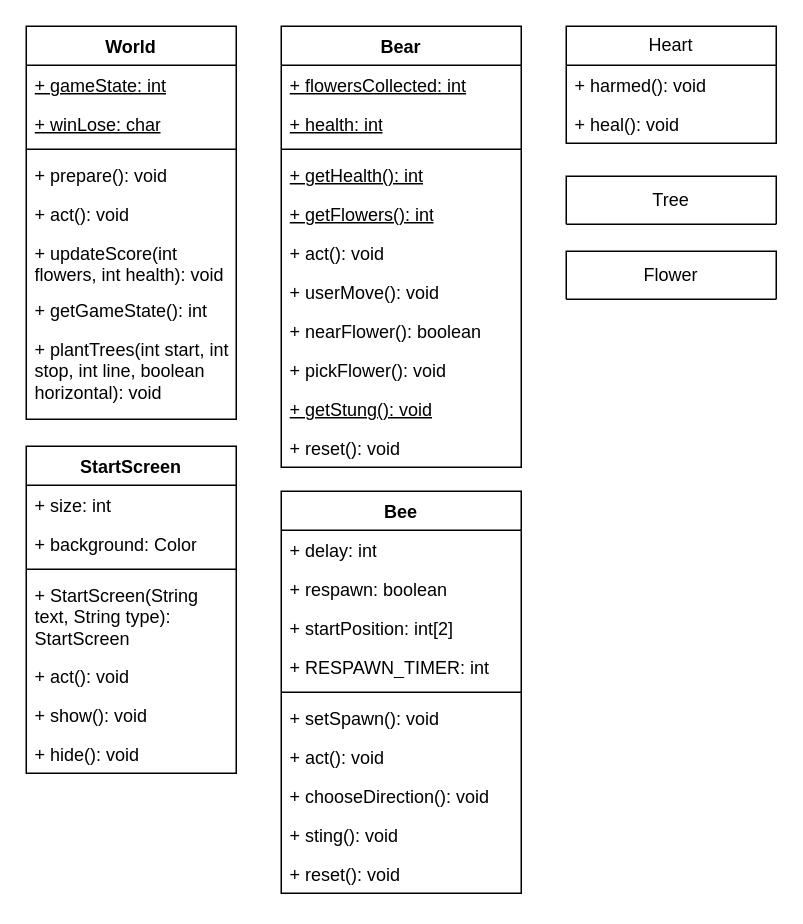
Before: Bear-Quet UML.drawio in SFens4984/CSC170, a draw.io diagram. Source tidied: cells renumbered, new cells numbered last; positions are measured from the earlier drawing's top-left corner, leaving out a move shared by most shapes. Both pictures are drawn from the tidied source at 150%, with x=0, y=0 at pixel (26, 26).
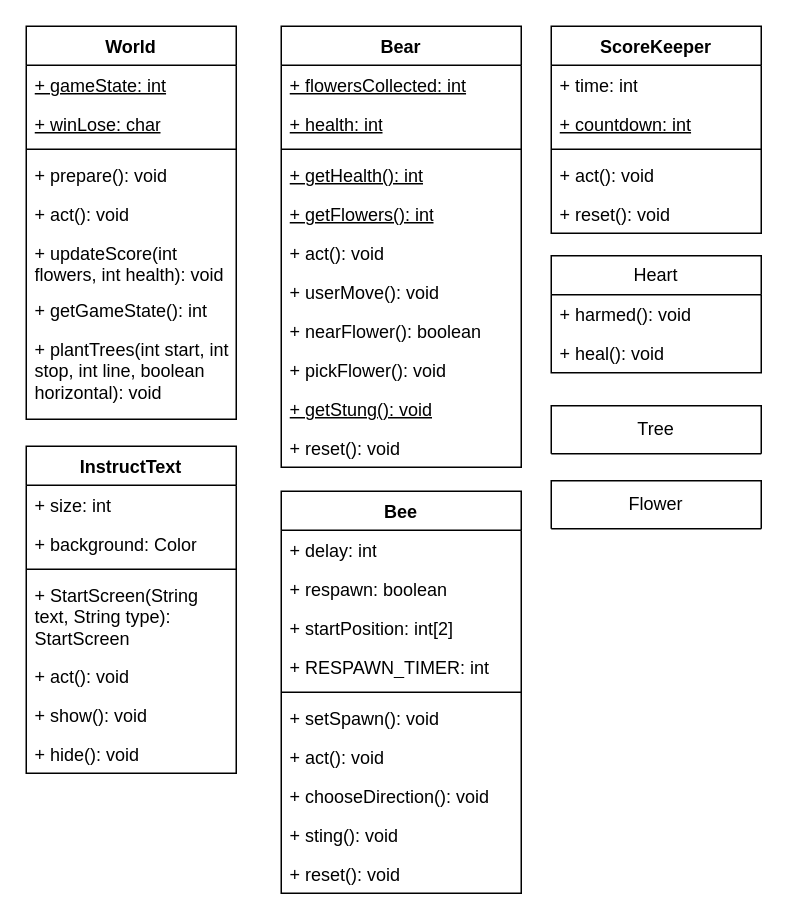
After the change.

The edit, as a diff of the source:
```diff
@@
     <mxCell id="2" value="Flower" style="swimlane;fontStyle=0;horizontal=1;startSize=52;fillColor=none;whiteSpace=wrap;html=1;" parent="1" vertex="1">
-      <mxGeometry x="360" y="150" width="140" height="32" as="geometry" />
+      <mxGeometry x="350" y="303" width="140" height="32" as="geometry" />
     </mxCell>
     <mxCell id="3" value="Heart" style="swimlane;fontStyle=0;horizontal=1;startSize=26;fillColor=none;whiteSpace=wrap;html=1;" parent="1" vertex="1">
-      <mxGeometry x="360" width="140" height="78" as="geometry" />
+      <mxGeometry x="350" y="153" width="140" height="78" as="geometry" />
     </mxCell>
@@
     <mxCell id="38" value="Tree" style="swimlane;fontStyle=0;horizontal=1;startSize=52;fillColor=none;whiteSpace=wrap;html=1;" parent="1" vertex="1">
-      <mxGeometry x="360" y="100" width="140" height="32" as="geometry" />
+      <mxGeometry x="350" y="253" width="140" height="32" as="geometry" />
     </mxCell>
-    <mxCell id="39" value="StartScreen" style="swimlane;fontStyle=1;align=center;verticalAlign=top;horizontal=1;startSize=26;whiteSpace=wrap;html=1;" parent="1" vertex="1">
+    <mxCell id="39" value="InstructText" style="swimlane;fontStyle=1;align=center;verticalAlign=top;horizontal=1;startSize=26;whiteSpace=wrap;html=1;" parent="1" vertex="1">
       <mxGeometry y="280" width="140" height="218" as="geometry" />
     </mxCell>
@@
+    <mxCell id="47" value="ScoreKeeper" style="swimlane;fontStyle=1;align=center;verticalAlign=top;horizontal=1;startSize=26;whiteSpace=wrap;html=1;" parent="1" vertex="1">
+      <mxGeometry x="350" width="140" height="138" as="geometry" />
+    </mxCell>
+    <mxCell id="48" value="+ time: int" style="text;strokeColor=none;fillColor=none;align=left;verticalAlign=top;spacingLeft=4;spacingRight=4;overflow=hidden;whiteSpace=wrap;html=1;" parent="47" vertex="1">
+      <mxGeometry y="26" width="140" height="26" as="geometry" />
+    </mxCell>
+    <mxCell id="49" value="+ countdown: int" style="text;strokeColor=none;fillColor=none;align=left;verticalAlign=top;spacingLeft=4;spacingRight=4;overflow=hidden;whiteSpace=wrap;html=1;fontStyle=4;" parent="47" vertex="1">
+      <mxGeometry y="52" width="140" height="26" as="geometry" />
+    </mxCell>
+    <mxCell id="50" style="line;strokeWidth=1;fillColor=none;align=left;verticalAlign=middle;spacingTop=-1;spacingLeft=3;spacingRight=3;labelPosition=right;strokeColor=inherit;" parent="47" vertex="1">
+      <mxGeometry y="78" width="140" height="8" as="geometry" />
+    </mxCell>
+    <mxCell id="51" value="+ act(): void" style="text;strokeColor=none;fillColor=none;align=left;verticalAlign=top;spacingLeft=4;spacingRight=4;overflow=hidden;whiteSpace=wrap;html=1;" parent="47" vertex="1">
+      <mxGeometry y="86" width="140" height="26" as="geometry" />
+    </mxCell>
+    <mxCell id="52" value="+ reset(): void" style="text;strokeColor=none;fillColor=none;align=left;verticalAlign=top;spacingLeft=4;spacingRight=4;overflow=hidden;whiteSpace=wrap;html=1;" parent="47" vertex="1">
+      <mxGeometry y="112" width="140" height="26" as="geometry" />
+    </mxCell>
```
